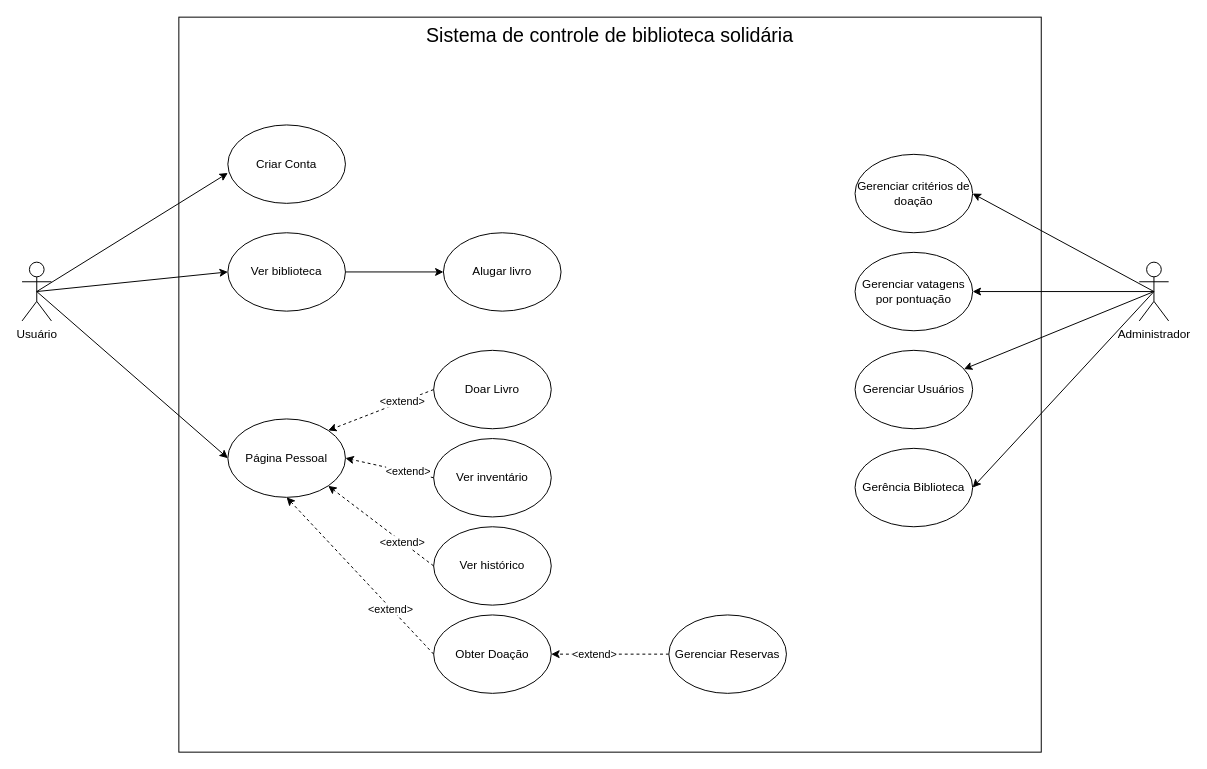
Above: Diagrama sem nome.drawio in lucaspercisi/UFFS (draw.io), before the change. Source tidied: cells renumbered, new cells numbered last; positions are measured from the earlier drawing's top-left corner, leaving out a move shared by most shapes. Both pictures are drawn from the tidied source at 98%, with x=0, y=0 at pixel (22, 17).
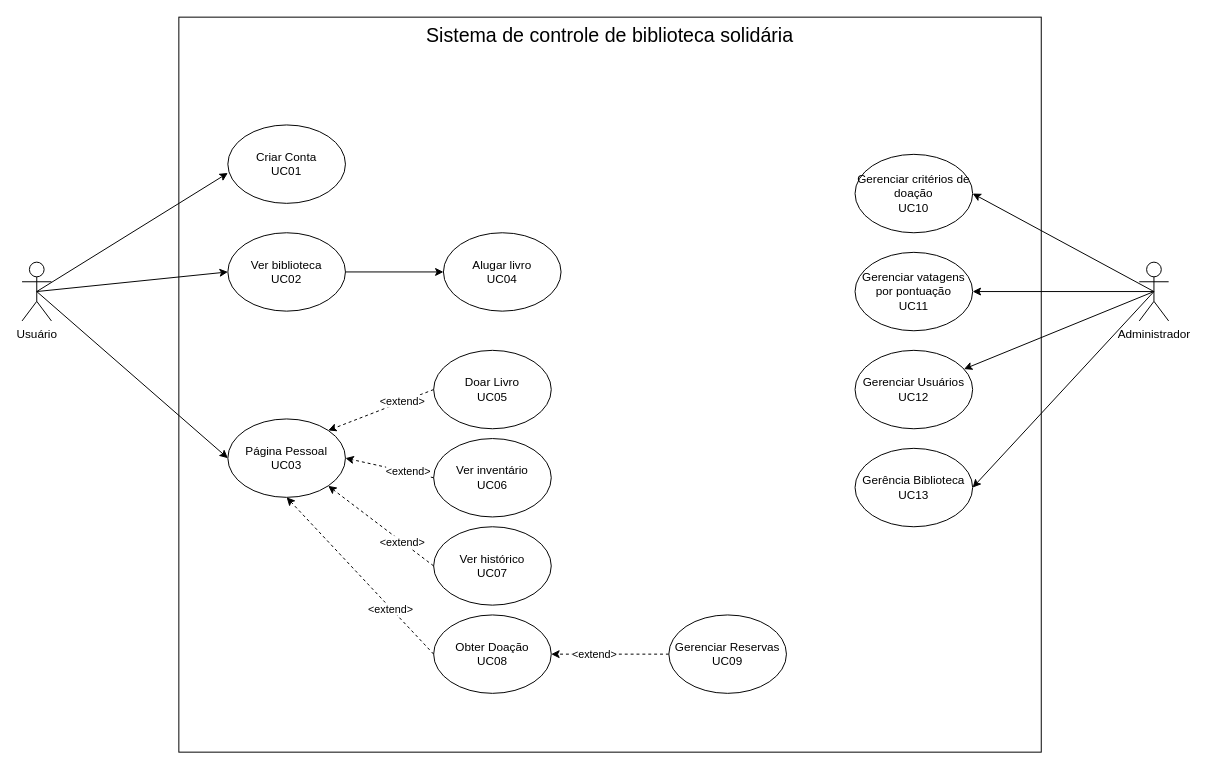
After the change.

Change to the diagram source:
```diff
@@
-    <mxCell id="7" value="Criar Conta" style="ellipse;whiteSpace=wrap;html=1;" parent="1" vertex="1">
+    <mxCell id="7" value="Criar Conta&lt;br&gt;UC01" style="ellipse;whiteSpace=wrap;html=1;" parent="1" vertex="1">
       <mxGeometry x="210" y="110" width="120" height="80" as="geometry" />
     </mxCell>
@@
-    <mxCell id="9" value="Ver biblioteca" style="ellipse;whiteSpace=wrap;html=1;" parent="1" vertex="1">
+    <mxCell id="9" value="Ver biblioteca&lt;br&gt;UC02" style="ellipse;whiteSpace=wrap;html=1;" parent="1" vertex="1">
       <mxGeometry x="210" y="220" width="120" height="80" as="geometry" />
     </mxCell>
@@
-    <mxCell id="11" value="Página Pessoal" style="ellipse;whiteSpace=wrap;html=1;" parent="1" vertex="1">
+    <mxCell id="11" value="Página Pessoal&lt;br&gt;UC03" style="ellipse;whiteSpace=wrap;html=1;" parent="1" vertex="1">
       <mxGeometry x="210" y="410" width="120" height="80" as="geometry" />
     </mxCell>
-    <mxCell id="12" value="Doar Livro" style="ellipse;whiteSpace=wrap;html=1;" parent="1" vertex="1">
+    <mxCell id="12" value="Doar Livro&lt;br&gt;UC05" style="ellipse;whiteSpace=wrap;html=1;" parent="1" vertex="1">
       <mxGeometry x="420" y="340" width="120" height="80" as="geometry" />
     </mxCell>
-    <mxCell id="13" value="Ver inventário" style="ellipse;whiteSpace=wrap;html=1;" parent="1" vertex="1">
+    <mxCell id="13" value="Ver inventário&lt;br&gt;UC06" style="ellipse;whiteSpace=wrap;html=1;" parent="1" vertex="1">
       <mxGeometry x="420" y="430" width="120" height="80" as="geometry" />
     </mxCell>
-    <mxCell id="14" value="Ver histórico" style="ellipse;whiteSpace=wrap;html=1;" parent="1" vertex="1">
+    <mxCell id="14" value="Ver histórico&lt;br&gt;UC07" style="ellipse;whiteSpace=wrap;html=1;" parent="1" vertex="1">
       <mxGeometry x="420" y="520" width="120" height="80" as="geometry" />
     </mxCell>
-    <mxCell id="15" value="Obter Doação" style="ellipse;whiteSpace=wrap;html=1;" parent="1" vertex="1">
+    <mxCell id="15" value="Obter Doação&lt;br&gt;UC08" style="ellipse;whiteSpace=wrap;html=1;" parent="1" vertex="1">
       <mxGeometry x="420" y="610" width="120" height="80" as="geometry" />
     </mxCell>
-    <mxCell id="16" value="Alugar livro" style="ellipse;whiteSpace=wrap;html=1;" parent="1" vertex="1">
+    <mxCell id="16" value="Alugar livro&lt;br&gt;UC04" style="ellipse;whiteSpace=wrap;html=1;" parent="1" vertex="1">
       <mxGeometry x="430" y="220" width="120" height="80" as="geometry" />
     </mxCell>
@@
-    <mxCell id="19" value="Gerenciar Reservas" style="ellipse;whiteSpace=wrap;html=1;" parent="1" vertex="1">
+    <mxCell id="19" value="Gerenciar Reservas&lt;br&gt;UC09" style="ellipse;whiteSpace=wrap;html=1;" parent="1" vertex="1">
       <mxGeometry x="660" y="610" width="120" height="80" as="geometry" />
     </mxCell>
@@
-    <mxCell id="25" value="Gerência Biblioteca" style="ellipse;whiteSpace=wrap;html=1;" parent="1" vertex="1">
+    <mxCell id="25" value="Gerência Biblioteca&lt;br&gt;UC13" style="ellipse;whiteSpace=wrap;html=1;" parent="1" vertex="1">
       <mxGeometry x="850" y="440" width="120" height="80" as="geometry" />
     </mxCell>
-    <mxCell id="26" value="Gerenciar Usuários" style="ellipse;whiteSpace=wrap;html=1;" parent="1" vertex="1">
+    <mxCell id="26" value="Gerenciar Usuários&lt;br&gt;UC12" style="ellipse;whiteSpace=wrap;html=1;" parent="1" vertex="1">
       <mxGeometry x="850" y="340" width="120" height="80" as="geometry" />
     </mxCell>
-    <mxCell id="27" value="Gerenciar critérios de doação" style="ellipse;whiteSpace=wrap;html=1;" parent="1" vertex="1">
+    <mxCell id="27" value="Gerenciar critérios de doação&lt;br&gt;UC10" style="ellipse;whiteSpace=wrap;html=1;" parent="1" vertex="1">
       <mxGeometry x="850" y="140" width="120" height="80" as="geometry" />
     </mxCell>
-    <mxCell id="28" value="Gerenciar vatagens por pontuação" style="ellipse;whiteSpace=wrap;html=1;" parent="1" vertex="1">
+    <mxCell id="28" value="Gerenciar vatagens por pontuação&lt;br&gt;UC11" style="ellipse;whiteSpace=wrap;html=1;" parent="1" vertex="1">
       <mxGeometry x="850" y="240" width="120" height="80" as="geometry" />
     </mxCell>
```
